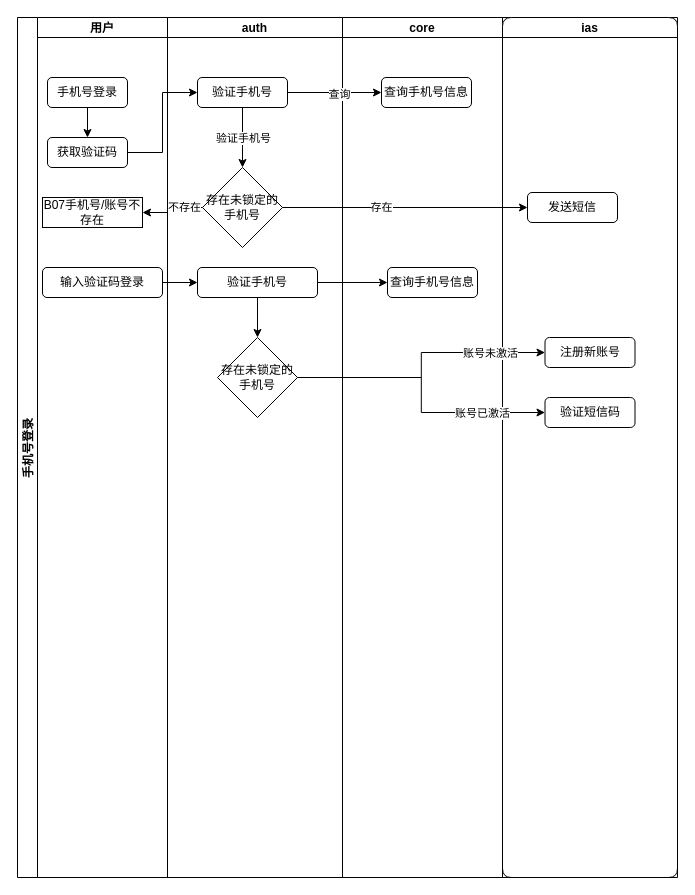
Earlier version of the draw.io diagram page "手机号登录流程" (2 of 3) of 域账号登录流程.drawio (rainerpiao/cloud-computing). Source tidied: cells renumbered, new cells numbered last; positions are measured from the earlier drawing's top-left corner, leaving out a move shared by most shapes. Both pictures are drawn from the tidied source at 100%, with x=0, y=0 at pixel (17, 17).
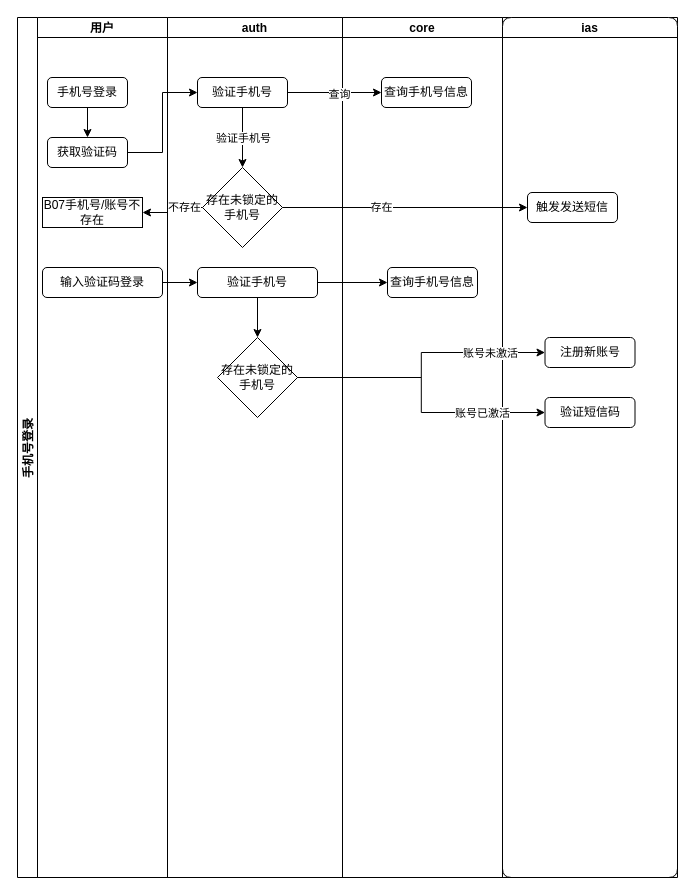
The same diagram, later.

Commit message:
更新域账号登录流程.drawio

The change refers to these unchanged cells:
```xml
<mxCell id="23" value="ias" style="swimlane;startSize=20;rounded=1;strokeColor=default;align=center;verticalAlign=middle;fontFamily=Helvetica;fontSize=12;fontColor=default;fillColor=default;" parent="2" vertex="1">
  <mxGeometry x="485" width="175" height="860" as="geometry" />
</mxCell>
```

Change to the diagram source:
```diff
@@
-    <mxCell id="24" value="发送短信" style="rounded=1;whiteSpace=wrap;html=1;" parent="23" vertex="1">
+    <mxCell id="24" value="触发发送短信" style="rounded=1;whiteSpace=wrap;html=1;" parent="23" vertex="1">
       <mxGeometry x="25" y="175" width="90" height="30" as="geometry" />
     </mxCell>
```
